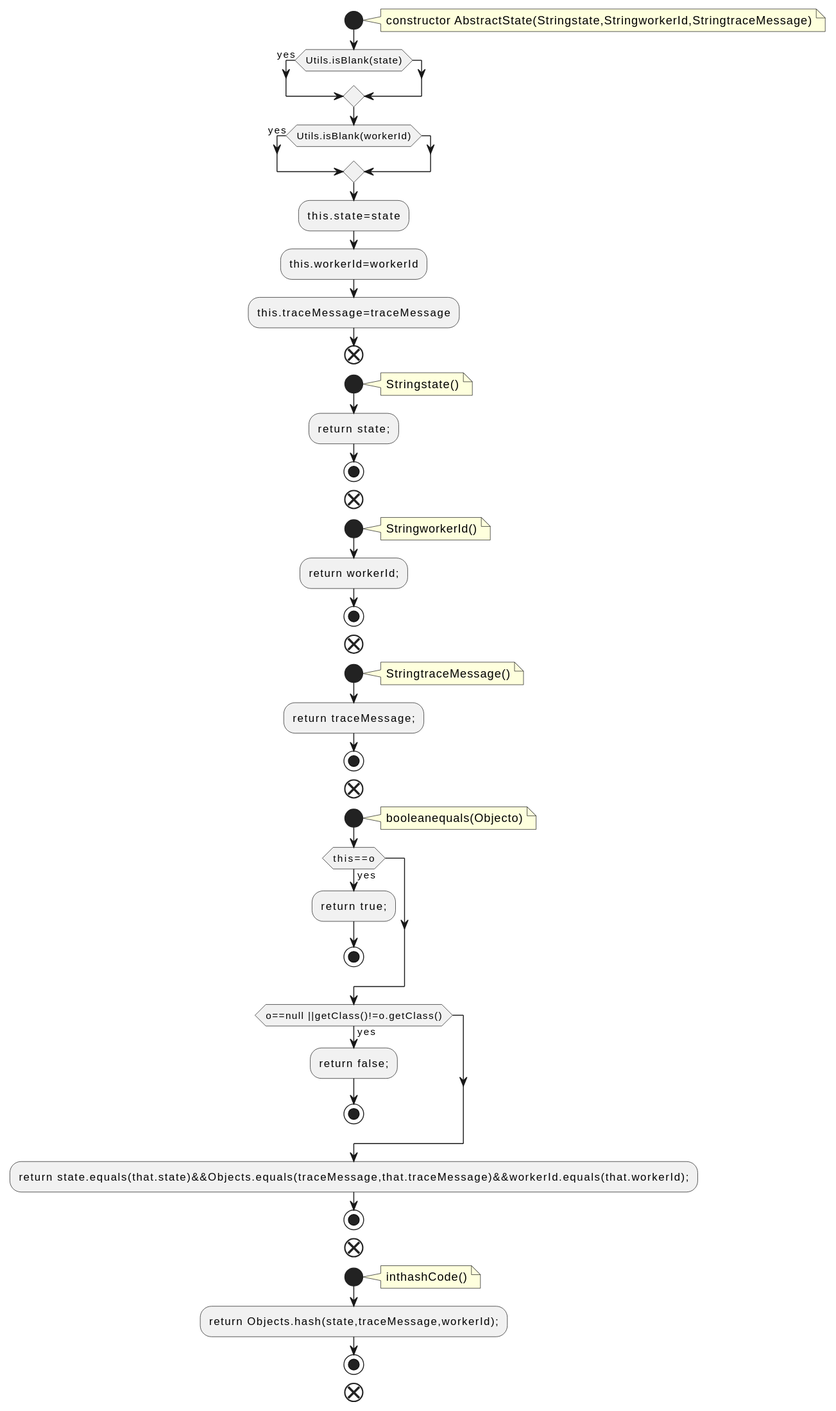
This is docs/qc/connect/api/src/main/java/org/apache/kafka/connect/health/AbstractState.java.fct.svg from qualitesys/kafka, a PlantUML export, as it was before one commit. The source it was exported from:
```plantuml
@startuml
!pragma layout smetana
start
note right
constructor AbstractState(Stringstate,StringworkerId,StringtraceMessage)
end note
if (Utils.isBlank(state)) then (yes)
endif
if (Utils.isBlank(workerId)) then (yes)
endif
:this.state=state;
:this.workerId=workerId;
:this.traceMessage=traceMessage;
end
start
note right
Stringstate()
end note
:return state;;
stop
end
start
note right
StringworkerId()
end note
:return workerId;;
stop
end
start
note right
StringtraceMessage()
end note
:return traceMessage;;
stop
end
start
note right
booleanequals(Objecto)
end note
if (this==o) then (yes)
:return true;;
stop
endif
if (o==null ||getClass()!=o.getClass()) then (yes)
:return false;;
stop
endif
:return state.equals(that.state)&&Objects.equals(traceMessage,that.traceMessage)&&workerId.equals(that.workerId);;
stop
end
start
note right
inthashCode()
end note
:return Objects.hash(state,traceMessage,workerId);;
stop
end
@enduml
```
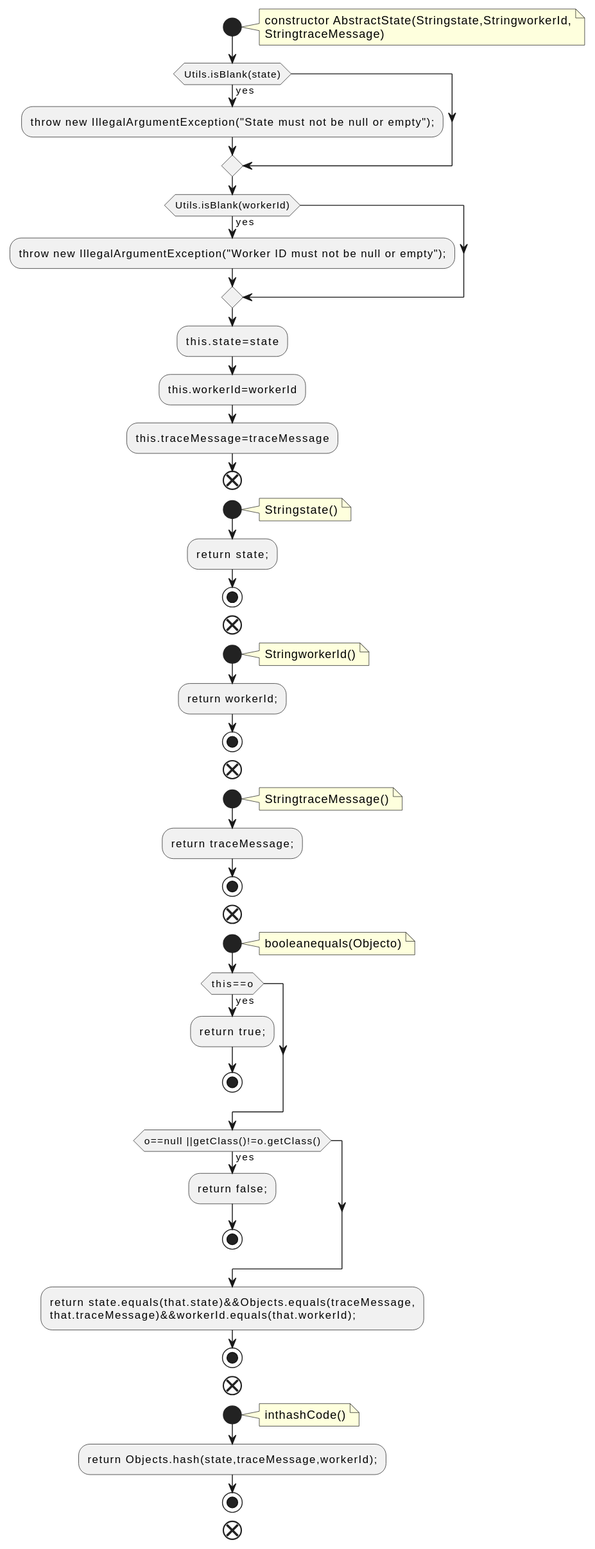
The same diagram one commit later.

Diff of the diagram source:
```diff
@@ -2,11 +2,14 @@
 !pragma layout smetana
 start
 note right
-constructor AbstractState(Stringstate,StringworkerId,StringtraceMessage)
+constructor AbstractState(Stringstate,StringworkerId,
+StringtraceMessage)
 end note
 if (Utils.isBlank(state)) then (yes)
+:throw new IllegalArgumentException("State must not be null or empty");;
 endif
 if (Utils.isBlank(workerId)) then (yes)
+:throw new IllegalArgumentException("Worker ID must not be null or empty");;
 endif
 :this.state=state;
 :this.workerId=workerId;
@@ -45,7 +48,8 @@
 :return false;;
 stop
 endif
-:return state.equals(that.state)&&Objects.equals(traceMessage,that.traceMessage)&&workerId.equals(that.workerId);;
+:return state.equals(that.state)&&Objects.equals(traceMessage,
+that.traceMessage)&&workerId.equals(that.workerId);;
 stop
 end
 start
```
